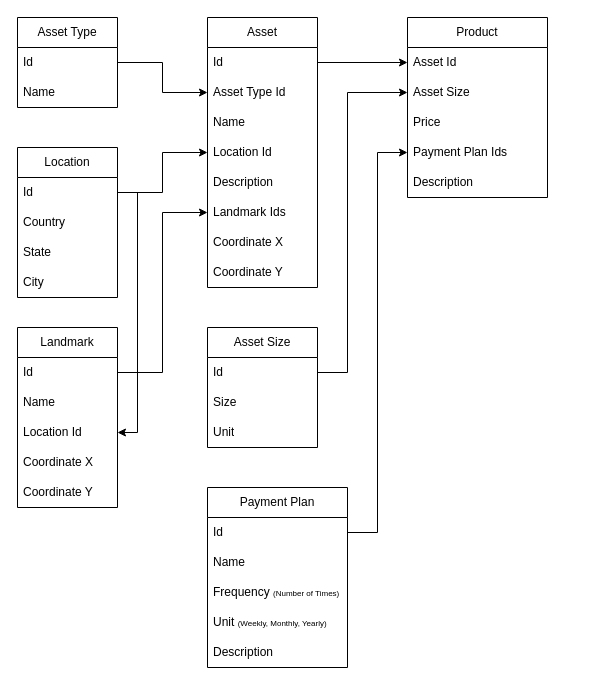
The draw.io diagram sellperty.drawio in isaac-code/diagrams, before the edit. Source tidied: cells renumbered, new cells numbered last; positions are measured from the earlier drawing's top-left corner, leaving out a move shared by most shapes. Both pictures are drawn from the tidied source at 100%, with x=0, y=0 at pixel (17, 17).
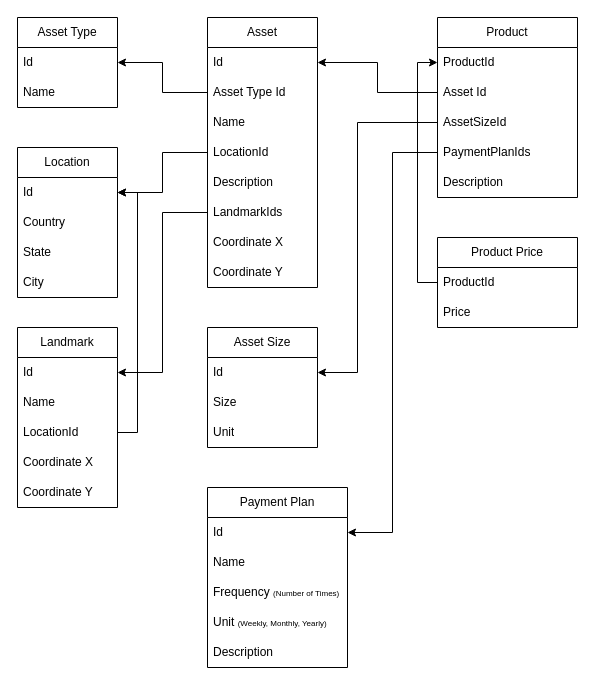
Above is the later version.

Commit message:
restructure arrows

The change refers to these unchanged cells:
```xml
<mxCell id="3" value="Id" style="text;strokeColor=none;fillColor=none;align=left;verticalAlign=middle;spacingLeft=4;spacingRight=4;overflow=hidden;points=[[0,0.5],[1,0.5]];portConstraint=eastwest;whiteSpace=wrap;html=1;" parent="2" vertex="1">
  <mxGeometry y="30" width="100" height="30" as="geometry" />
</mxCell>
<mxCell id="5" value="Asset" style="swimlane;fontStyle=0;horizontal=1;startSize=30;whiteSpace=wrap;html=1;" parent="1" vertex="1">
  <mxGeometry x="190" width="110" height="270" as="geometry" />
</mxCell>
<mxCell id="6" value="Id" style="text;strokeColor=none;fillColor=none;align=left;verticalAlign=middle;spacingLeft=4;spacingRight=4;overflow=hidden;points=[[0,0.5],[1,0.5]];portConstraint=eastwest;whiteSpace=wrap;html=1;" parent="5" vertex="1">
  <mxGeometry y="30" width="110" height="30" as="geometry" />
</mxCell>
<mxCell id="7" value="Asset Type Id" style="text;strokeColor=none;fillColor=none;align=left;verticalAlign=middle;spacingLeft=4;spacingRight=4;overflow=hidden;points=[[0,0.5],[1,0.5]];portConstraint=eastwest;whiteSpace=wrap;html=1;" parent="5" vertex="1">
  <mxGeometry y="60" width="110" height="30" as="geometry" />
</mxCell>
<mxCell id="15" value="Id" style="text;strokeColor=none;fillColor=none;align=left;verticalAlign=middle;spacingLeft=4;spacingRight=4;overflow=hidden;points=[[0,0.5],[1,0.5]];portConstraint=eastwest;whiteSpace=wrap;html=1;" parent="14" vertex="1">
  <mxGeometry y="30" width="100" height="30" as="geometry" />
</mxCell>
<mxCell id="20" value="Id" style="text;strokeColor=none;fillColor=none;align=left;verticalAlign=middle;spacingLeft=4;spacingRight=4;overflow=hidden;points=[[0,0.5],[1,0.5]];portConstraint=eastwest;whiteSpace=wrap;html=1;" parent="19" vertex="1">
  <mxGeometry y="30" width="110" height="30" as="geometry" />
</mxCell>
<mxCell id="23" value="Landmark" style="swimlane;fontStyle=0;horizontal=1;startSize=30;whiteSpace=wrap;html=1;" parent="1" vertex="1">
  <mxGeometry y="310" width="100" height="180" as="geometry" />
</mxCell>
<mxCell id="24" value="Id" style="text;strokeColor=none;fillColor=none;align=left;verticalAlign=middle;spacingLeft=4;spacingRight=4;overflow=hidden;points=[[0,0.5],[1,0.5]];portConstraint=eastwest;whiteSpace=wrap;html=1;" parent="23" vertex="1">
  <mxGeometry y="30" width="100" height="30" as="geometry" />
</mxCell>
<mxCell id="42" value="Id" style="text;strokeColor=none;fillColor=none;align=left;verticalAlign=middle;spacingLeft=4;spacingRight=4;overflow=hidden;points=[[0,0.5],[1,0.5]];portConstraint=eastwest;whiteSpace=wrap;html=1;" parent="41" vertex="1">
  <mxGeometry y="30" width="140" height="30" as="geometry" />
</mxCell>
```

The edit, as a diff of the source:
```diff
@@
-    <mxCell id="9" value="Location Id" style="text;strokeColor=none;fillColor=none;align=left;verticalAlign=middle;spacingLeft=4;spacingRight=4;overflow=hidden;points=[[0,0.5],[1,0.5]];portConstraint=eastwest;whiteSpace=wrap;html=1;" parent="5" vertex="1">
+    <mxCell id="9" value="LocationId" style="text;strokeColor=none;fillColor=none;align=left;verticalAlign=middle;spacingLeft=4;spacingRight=4;overflow=hidden;points=[[0,0.5],[1,0.5]];portConstraint=eastwest;whiteSpace=wrap;html=1;" parent="5" vertex="1">
       <mxGeometry y="120" width="110" height="30" as="geometry" />
     </mxCell>
@@
-    <mxCell id="11" value="Landmark Ids" style="text;strokeColor=none;fillColor=none;align=left;verticalAlign=middle;spacingLeft=4;spacingRight=4;overflow=hidden;points=[[0,0.5],[1,0.5]];portConstraint=eastwest;whiteSpace=wrap;html=1;" parent="5" vertex="1">
+    <mxCell id="11" value="LandmarkIds" style="text;strokeColor=none;fillColor=none;align=left;verticalAlign=middle;spacingLeft=4;spacingRight=4;overflow=hidden;points=[[0,0.5],[1,0.5]];portConstraint=eastwest;whiteSpace=wrap;html=1;" parent="5" vertex="1">
       <mxGeometry y="180" width="110" height="30" as="geometry" />
     </mxCell>
@@
-    <mxCell id="26" value="Location Id" style="text;strokeColor=none;fillColor=none;align=left;verticalAlign=middle;spacingLeft=4;spacingRight=4;overflow=hidden;points=[[0,0.5],[1,0.5]];portConstraint=eastwest;whiteSpace=wrap;html=1;" parent="23" vertex="1">
+    <mxCell id="26" value="LocationId" style="text;strokeColor=none;fillColor=none;align=left;verticalAlign=middle;spacingLeft=4;spacingRight=4;overflow=hidden;points=[[0,0.5],[1,0.5]];portConstraint=eastwest;whiteSpace=wrap;html=1;" parent="23" vertex="1">
       <mxGeometry y="90" width="100" height="30" as="geometry" />
     </mxCell>
@@
-    <mxCell id="29" style="edgeStyle=orthogonalEdgeStyle;rounded=0;jettySize=auto;html=1;exitX=1;exitY=0.5;exitDx=0;exitDy=0;entryX=0;entryY=0.5;entryDx=0;entryDy=0;" parent="1" edge="1" source="15" target="9">
-      <mxGeometry relative="1" as="geometry" />
-    </mxCell>
-    <mxCell id="30" style="edgeStyle=orthogonalEdgeStyle;rounded=0;jettySize=auto;html=1;exitX=1;exitY=0.5;exitDx=0;exitDy=0;entryX=1;entryY=0.5;entryDx=0;entryDy=0;" parent="1" edge="1" source="15" target="26">
-      <mxGeometry relative="1" as="geometry" />
-    </mxCell>
     <mxCell id="31" value="Product" style="swimlane;fontStyle=0;horizontal=1;startSize=30;whiteSpace=wrap;html=1;" parent="1" vertex="1">
-      <mxGeometry x="390" width="140" height="180" as="geometry" />
+      <mxGeometry x="420" width="140" height="180" as="geometry" />
     </mxCell>
+    <mxCell id="48" value="ProductId" style="text;strokeColor=none;fillColor=none;align=left;verticalAlign=middle;spacingLeft=4;spacingRight=4;overflow=hidden;points=[[0,0.5],[1,0.5]];portConstraint=eastwest;whiteSpace=wrap;html=1;" parent="31" vertex="1">
+      <mxGeometry y="30" width="140" height="30" as="geometry" />
+    </mxCell>
     <mxCell id="32" value="Asset Id" style="text;strokeColor=none;fillColor=none;align=left;verticalAlign=middle;spacingLeft=4;spacingRight=4;overflow=hidden;points=[[0,0.5],[1,0.5]];portConstraint=eastwest;whiteSpace=wrap;html=1;" parent="31" vertex="1">
-      <mxGeometry y="30" width="140" height="30" as="geometry" />
+      <mxGeometry y="60" width="140" height="30" as="geometry" />
     </mxCell>
-    <mxCell id="33" value="Asset Size" style="text;strokeColor=none;fillColor=none;align=left;verticalAlign=middle;spacingLeft=4;spacingRight=4;overflow=hidden;points=[[0,0.5],[1,0.5]];portConstraint=eastwest;whiteSpace=wrap;html=1;" parent="31" vertex="1">
-      <mxGeometry y="60" width="140" height="30" as="geometry" />
+    <mxCell id="33" value="AssetSizeId" style="text;strokeColor=none;fillColor=none;align=left;verticalAlign=middle;spacingLeft=4;spacingRight=4;overflow=hidden;points=[[0,0.5],[1,0.5]];portConstraint=eastwest;whiteSpace=wrap;html=1;" parent="31" vertex="1">
+      <mxGeometry y="90" width="140" height="30" as="geometry" />
     </mxCell>
-    <mxCell id="34" value="Price" style="text;strokeColor=none;fillColor=none;align=left;verticalAlign=middle;spacingLeft=4;spacingRight=4;overflow=hidden;whiteSpace=wrap;html=1;" parent="31" vertex="1">
-      <mxGeometry y="90" width="140" height="30" as="geometry" />
-    </mxCell>
-    <mxCell id="35" value="Payment Plan Ids" style="text;strokeColor=none;fillColor=none;align=left;verticalAlign=middle;spacingLeft=4;spacingRight=4;overflow=hidden;points=[[0,0.5],[1,0.5]];portConstraint=eastwest;whiteSpace=wrap;html=1;" parent="31" vertex="1">
+    <mxCell id="35" value="PaymentPlanIds" style="text;strokeColor=none;fillColor=none;align=left;verticalAlign=middle;spacingLeft=4;spacingRight=4;overflow=hidden;points=[[0,0.5],[1,0.5]];portConstraint=eastwest;whiteSpace=wrap;html=1;" parent="31" vertex="1">
       <mxGeometry y="120" width="140" height="30" as="geometry" />
     </mxCell>
@@
-    <mxCell id="37" style="edgeStyle=orthogonalEdgeStyle;rounded=0;jettySize=auto;html=1;entryX=0;entryY=0.5;entryDx=0;entryDy=0;" parent="1" edge="1" source="3" target="7">
-      <mxGeometry relative="1" as="geometry" />
-    </mxCell>
-    <mxCell id="38" style="edgeStyle=orthogonalEdgeStyle;rounded=0;jettySize=auto;html=1;entryX=0;entryY=0.5;entryDx=0;entryDy=0;" parent="1" edge="1" source="6" target="32">
-      <mxGeometry relative="1" as="geometry" />
-    </mxCell>
-    <mxCell id="39" style="edgeStyle=orthogonalEdgeStyle;rounded=0;jettySize=auto;html=1;entryX=0;entryY=0.5;entryDx=0;entryDy=0;" parent="1" edge="1" source="20" target="33">
-      <mxGeometry relative="1" as="geometry">
-        <Array as="points">
-          <mxPoint x="330" y="355" />
-          <mxPoint x="330" y="75" />
-        </Array>
-      </mxGeometry>
-    </mxCell>
-    <mxCell id="40" style="edgeStyle=orthogonalEdgeStyle;rounded=0;jettySize=auto;html=1;entryX=0;entryY=0.5;entryDx=0;entryDy=0;" parent="1" edge="1" source="24" target="11">
-      <mxGeometry relative="1" as="geometry" />
-    </mxCell>
@@
-    <mxCell id="47" style="edgeStyle=orthogonalEdgeStyle;rounded=0;jettySize=auto;html=1;entryX=0;entryY=0.5;entryDx=0;entryDy=0;" parent="1" edge="1" source="42" target="35">
-      <mxGeometry relative="1" as="geometry" />
-    </mxCell>
+    <mxCell id="49" value="Product Price" style="swimlane;fontStyle=0;horizontal=1;startSize=30;whiteSpace=wrap;html=1;" parent="1" vertex="1">
+      <mxGeometry x="420" y="220" width="140" height="90" as="geometry" />
+    </mxCell>
+    <mxCell id="50" value="ProductId" style="text;strokeColor=none;fillColor=none;align=left;verticalAlign=middle;spacingLeft=4;spacingRight=4;overflow=hidden;points=[[0,0.5],[1,0.5]];portConstraint=eastwest;whiteSpace=wrap;html=1;" parent="49" vertex="1">
+      <mxGeometry y="30" width="140" height="30" as="geometry" />
+    </mxCell>
+    <mxCell id="34" value="Price" style="text;strokeColor=none;fillColor=none;align=left;verticalAlign=middle;spacingLeft=4;spacingRight=4;overflow=hidden;whiteSpace=wrap;html=1;" parent="49" vertex="1">
+      <mxGeometry y="60" width="140" height="30" as="geometry" />
+    </mxCell>
+    <mxCell id="51" style="edgeStyle=orthogonalEdgeStyle;rounded=0;jettySize=auto;html=1;entryX=1;entryY=0.5;entryDx=0;entryDy=0;" parent="1" edge="1" source="7" target="3">
+      <mxGeometry relative="1" as="geometry" />
+    </mxCell>
+    <mxCell id="52" style="edgeStyle=orthogonalEdgeStyle;rounded=0;jettySize=auto;html=1;entryX=1;entryY=0.5;entryDx=0;entryDy=0;" parent="1" edge="1" source="9" target="15">
+      <mxGeometry relative="1" as="geometry" />
+    </mxCell>
+    <mxCell id="53" style="edgeStyle=orthogonalEdgeStyle;rounded=0;jettySize=auto;html=1;entryX=1;entryY=0.5;entryDx=0;entryDy=0;" parent="1" edge="1" source="26" target="15">
+      <mxGeometry relative="1" as="geometry">
+        <Array as="points">
+          <mxPoint x="120" y="415" />
+          <mxPoint x="120" y="175" />
+        </Array>
+      </mxGeometry>
+    </mxCell>
+    <mxCell id="54" style="edgeStyle=orthogonalEdgeStyle;rounded=0;jettySize=auto;html=1;entryX=1;entryY=0.5;entryDx=0;entryDy=0;" parent="1" edge="1" source="11" target="24">
+      <mxGeometry relative="1" as="geometry" />
+    </mxCell>
+    <mxCell id="55" style="edgeStyle=orthogonalEdgeStyle;rounded=0;jettySize=auto;html=1;entryX=1;entryY=0.5;entryDx=0;entryDy=0;" parent="1" edge="1" source="33" target="20">
+      <mxGeometry relative="1" as="geometry">
+        <Array as="points">
+          <mxPoint x="340" y="105" />
+          <mxPoint x="340" y="355" />
+        </Array>
+      </mxGeometry>
+    </mxCell>
+    <mxCell id="56" style="edgeStyle=orthogonalEdgeStyle;rounded=0;jettySize=auto;html=1;entryX=1;entryY=0.5;entryDx=0;entryDy=0;" parent="1" edge="1" source="32" target="6">
+      <mxGeometry relative="1" as="geometry" />
+    </mxCell>
+    <mxCell id="57" style="edgeStyle=orthogonalEdgeStyle;rounded=0;jettySize=auto;html=1;entryX=1;entryY=0.5;entryDx=0;entryDy=0;" parent="1" edge="1" source="35" target="42">
+      <mxGeometry relative="1" as="geometry" />
+    </mxCell>
+    <mxCell id="58" style="edgeStyle=orthogonalEdgeStyle;rounded=0;jettySize=auto;html=1;entryX=0;entryY=0.5;entryDx=0;entryDy=0;" parent="1" edge="1" source="50" target="48">
+      <mxGeometry relative="1" as="geometry" />
+    </mxCell>
```
